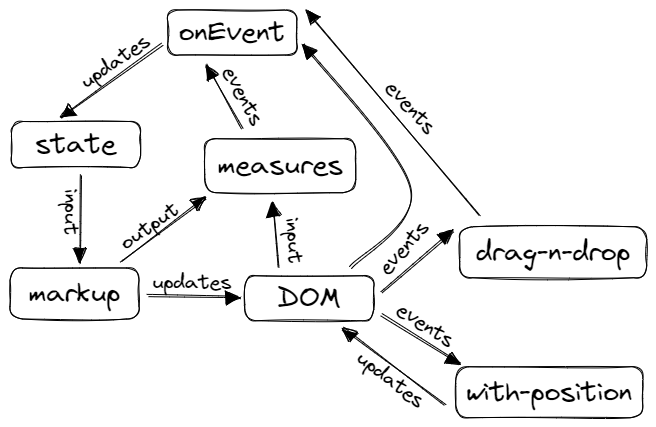
Above: diagram.excalidraw.png in rodinhart/abstractui (Excalidraw), before the change. Source tidied: one line per element, renumbered; positions are measured from the earlier drawing's top-left corner, leaving out a move shared by most shapes.
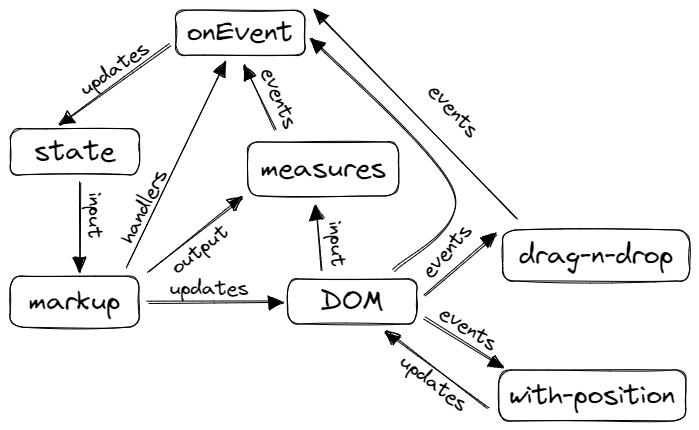
After the change.

Commit message:
Add handlers to diagram

What changed in the source:
```diff
@@ -1,26 +1,26 @@
-{"id": 0, "type": "rectangle", "strokeColor": "#000000", "strokeWidth": 1, "roughness": 1, "round": true, "x": 2, "y": 112, "width": 129, "height": 46}
+{"id": 0, "type": "rectangle", "strokeColor": "#000000", "strokeWidth": 1, "roughness": 1, "round": true, "x": -42, "y": 116, "width": 129, "height": 46}
-{"id": 1, "type": "text", "text": "state", "strokeColor": "#000000", "strokeWidth": 1, "roughness": 1, "fontSize": 28, "fontFamily": 1, "textAlign": "center", "verticalAlign": "middle", "inside": 0, "x": 24, "y": 117, "width": 83, "height": 35}
+{"id": 1, "type": "text", "text": "state", "strokeColor": "#000000", "strokeWidth": 1, "roughness": 1, "fontSize": 28, "fontFamily": 1, "textAlign": "center", "verticalAlign": "middle", "inside": 0, "x": -20, "y": 121, "width": 83, "height": 35}
-{"id": 2, "type": "rectangle", "strokeColor": "#000000", "strokeWidth": 1, "roughness": 1, "round": true, "x": 0, "y": 258, "width": 129, "height": 51}
+{"id": 2, "type": "rectangle", "strokeColor": "#000000", "strokeWidth": 1, "roughness": 1, "round": true, "x": -43, "y": 263, "width": 129, "height": 51}
-{"id": 3, "type": "text", "text": "markup", "strokeColor": "#000000", "strokeWidth": 1, "roughness": 1, "fontSize": 28, "fontFamily": 1, "textAlign": "center", "verticalAlign": "middle", "inside": 2, "x": 18, "y": 266, "width": 94, "height": 35}
+{"id": 3, "type": "text", "text": "markup", "strokeColor": "#000000", "strokeWidth": 1, "roughness": 1, "fontSize": 28, "fontFamily": 1, "textAlign": "center", "verticalAlign": "middle", "inside": 2, "x": -26, "y": 271, "width": 94, "height": 35}
-{"id": 4, "type": "arrow", "strokeColor": "#000000", "strokeWidth": 1, "roughness": 1, "endArrowhead": "triangle", "round": true, "from": 0, "to": 2, "x": 71, "y": 166, "width": 2, "height": 87, "points": [[0, 0], [-2, 87]]}
+{"id": 4, "type": "arrow", "strokeColor": "#000000", "strokeWidth": 1, "roughness": 1, "endArrowhead": "triangle", "round": true, "from": 0, "to": 2, "x": 27, "y": 170, "width": 1, "height": 89, "points": [[0, 0], [-1, 89]]}
 {"id": 5, "type": "rectangle", "strokeColor": "#000000", "strokeWidth": 1, "roughness": 1, "round": true, "x": 235, "y": 266, "width": 129, "height": 45}
 {"id": 6, "type": "text", "text": "DOM", "strokeColor": "#000000", "strokeWidth": 1, "roughness": 1, "fontSize": 28, "fontFamily": 1, "textAlign": "center", "verticalAlign": "middle", "inside": 5, "x": 266, "y": 271, "width": 66, "height": 35}
-{"id": 7, "type": "arrow", "strokeColor": "#000000", "strokeWidth": 1, "roughness": 1, "endArrowhead": "triangle", "round": true, "from": 2, "to": 5, "x": 137, "y": 285, "width": 91, "height": 1, "points": [[0, 0], [91, 1]]}
+{"id": 7, "type": "arrow", "strokeColor": "#000000", "strokeWidth": 1, "roughness": 1, "endArrowhead": "triangle", "round": true, "from": 2, "to": 5, "x": 94, "y": 289, "width": 134, "height": 1, "points": [[0, 0], [134, -1]]}
 {"id": 8, "type": "rectangle", "strokeColor": "#000000", "strokeWidth": 1, "roughness": 1, "round": true, "x": 195, "y": 129, "width": 151, "height": 54}
 {"id": 9, "type": "text", "text": "measures", "strokeColor": "#000000", "strokeWidth": 1, "roughness": 1, "fontSize": 28, "fontFamily": 1, "textAlign": "center", "verticalAlign": "middle", "inside": 8, "x": 207, "y": 138, "width": 127, "height": 35}
-{"id": 10, "type": "arrow", "strokeColor": "#000000", "strokeWidth": 1, "roughness": 1, "endArrowhead": "triangle", "round": true, "from": 2, "to": 8, "x": 111, "y": 252, "width": 85, "height": 63, "points": [[0, 0], [85, -63]]}
+{"id": 10, "type": "arrow", "strokeColor": "#000000", "strokeWidth": 1, "roughness": 1, "endArrowhead": "triangle", "round": true, "from": 2, "to": 8, "x": 95, "y": 259, "width": 95, "height": 73, "points": [[0, 0], [95, -73]]}
 {"id": 11, "type": "rectangle", "strokeColor": "#000000", "strokeWidth": 1, "roughness": 1, "round": true, "x": 446, "y": 357, "width": 187, "height": 51}
 {"id": 12, "type": "text", "text": "with-position", "strokeColor": "#000000", "strokeWidth": 1, "roughness": 1, "fontSize": 28, "fontFamily": 1, "textAlign": "center", "verticalAlign": "middle", "inside": 11, "x": 455, "y": 365, "width": 168, "height": 35}
 {"id": 13, "type": "arrow", "strokeColor": "#000000", "strokeWidth": 1, "roughness": 1, "endArrowhead": "triangle", "round": true, "from": 5, "to": 8, "x": 268, "y": 257, "width": 5, "height": 63, "points": [[0, 0], [-5, -63]]}
-{"id": 14, "type": "rectangle", "strokeColor": "#000000", "strokeWidth": 1, "roughness": 1, "round": true, "x": 158, "y": 0, "width": 129, "height": 45}
+{"id": 14, "type": "rectangle", "strokeColor": "#000000", "strokeWidth": 1, "roughness": 1, "round": true, "x": 123, "y": -3, "width": 129, "height": 45}
-{"id": 15, "type": "text", "text": "onEvent", "strokeColor": "#000000", "strokeWidth": 1, "roughness": 1, "fontSize": 28, "fontFamily": 1, "textAlign": "center", "verticalAlign": "middle", "inside": 14, "x": 168, "y": 5, "width": 108, "height": 35}
+{"id": 15, "type": "text", "text": "onEvent", "strokeColor": "#000000", "strokeWidth": 1, "roughness": 1, "fontSize": 28, "fontFamily": 1, "textAlign": "center", "verticalAlign": "middle", "inside": 14, "x": 133, "y": 2, "width": 108, "height": 35}
-{"id": 16, "type": "arrow", "strokeColor": "#000000", "strokeWidth": 1, "roughness": 1, "endArrowhead": "triangle", "round": true, "from": 14, "to": 0, "x": 153, "y": 34, "width": 100, "height": 73, "points": [[0, 0], [-100, 73]]}
+{"id": 16, "type": "arrow", "strokeColor": "#000000", "strokeWidth": 1, "roughness": 1, "endArrowhead": "triangle", "round": true, "from": 14, "to": 0, "x": 118, "y": 31, "width": 110, "height": 80, "points": [[0, 0], [-110, 80]]}
-{"id": 17, "type": "arrow", "strokeColor": "#000000", "strokeWidth": 1, "roughness": 1, "endArrowhead": "triangle", "round": true, "from": 8, "to": 14, "x": 233, "y": 118, "width": 37, "height": 65, "points": [[0, 0], [-37, -65]]}
+{"id": 17, "type": "arrow", "strokeColor": "#000000", "strokeWidth": 1, "roughness": 1, "endArrowhead": "triangle", "round": true, "from": 8, "to": 14, "x": 223, "y": 116, "width": 32, "height": 66, "points": [[0, 0], [-32, -66]]}
-{"id": 18, "type": "text", "text": "updates", "strokeColor": "#000000", "angle": 5.67, "strokeWidth": 1, "roughness": 1, "fontSize": 20, "fontFamily": 1, "x": 65, "y": 38, "width": 81, "height": 25}
+{"id": 18, "type": "text", "text": "updates", "strokeColor": "#000000", "angle": 5.67, "strokeWidth": 1, "roughness": 1, "fontSize": 20, "fontFamily": 1, "x": 21, "y": 42, "width": 81, "height": 25}
-{"id": 19, "type": "text", "text": "input", "strokeColor": "#000000", "angle": 1.57, "strokeWidth": 1, "roughness": 1, "fontSize": 20, "fontFamily": 1, "x": 36, "y": 191, "width": 48, "height": 25}
+{"id": 19, "type": "text", "text": "input", "strokeColor": "#000000", "angle": 1.57, "strokeWidth": 1, "roughness": 1, "fontSize": 20, "fontFamily": 1, "x": 17, "y": 191, "width": 48, "height": 25}
-{"id": 20, "type": "text", "text": "updates", "strokeColor": "#000000", "strokeWidth": 1, "roughness": 1, "fontSize": 20, "fontFamily": 1, "x": 142, "y": 260, "width": 81, "height": 25}
+{"id": 20, "type": "text", "text": "updates", "strokeColor": "#000000", "strokeWidth": 1, "roughness": 1, "fontSize": 20, "fontFamily": 1, "x": 116, "y": 263, "width": 81, "height": 25}
-{"id": 21, "type": "text", "text": "output", "strokeColor": "#000000", "angle": 5.68, "strokeWidth": 1, "roughness": 1, "fontSize": 20, "fontFamily": 1, "x": 106, "y": 203, "width": 68, "height": 25}
+{"id": 21, "type": "text", "text": "output", "strokeColor": "#000000", "angle": 5.62, "strokeWidth": 1, "roughness": 1, "fontSize": 20, "fontFamily": 1, "x": 113, "y": 223, "width": 68, "height": 25}
-{"id": 22, "type": "text", "text": "events", "strokeColor": "#000000", "angle": 1.07, "strokeWidth": 1, "roughness": 1, "fontSize": 20, "fontFamily": 1, "x": 200, "y": 74, "width": 66, "height": 25}
+{"id": 22, "type": "text", "text": "events", "strokeColor": "#000000", "angle": 1.18, "strokeWidth": 1, "roughness": 1, "fontSize": 20, "fontFamily": 1, "x": 193, "y": 73, "width": 66, "height": 25}
 {"id": 23, "type": "text", "text": "input", "strokeColor": "#000000", "angle": 1.49, "strokeWidth": 1, "roughness": 1, "fontSize": 20, "fontFamily": 1, "x": 259, "y": 219, "width": 48, "height": 25}
 {"id": 24, "type": "text", "text": "events", "strokeColor": "#000000", "angle": 5.44, "strokeWidth": 1, "roughness": 1, "fontSize": 20, "fontFamily": 1, "x": 361, "y": 224, "width": 66, "height": 25}
 {"id": 25, "type": "rectangle", "strokeColor": "#000000", "strokeWidth": 1, "roughness": 1, "round": true, "x": 450, "y": 217, "width": 187, "height": 51}
@@ -30,6 +30,8 @@
 {"id": 29, "type": "arrow", "strokeColor": "#000000", "strokeWidth": 1, "roughness": 1, "endArrowhead": "triangle", "round": true, "from": 11, "to": 5, "x": 435, "y": 394, "width": 102, "height": 77, "points": [[0, 0], [-102, -77]]}
 {"id": 30, "type": "text", "text": "updates", "strokeColor": "#000000", "angle": 0.64, "strokeWidth": 1, "roughness": 1, "fontSize": 20, "fontFamily": 1, "x": 341, "y": 358, "width": 81, "height": 25}
 {"id": 31, "type": "arrow", "strokeColor": "#000000", "strokeWidth": 1, "roughness": 1, "endArrowhead": "triangle", "round": true, "from": 5, "to": 25, "x": 372, "y": 282, "width": 72, "height": 61, "points": [[0, 0], [72, -61]]}
-{"id": 32, "type": "arrow", "strokeColor": "#000000", "strokeWidth": 1, "roughness": 1, "endArrowhead": "triangle", "round": true, "from": 5, "to": 14, "x": 340, "y": 257, "width": 106, "height": 223, "points": [[0, 0], [60, -78], [-46, -223]]}
+{"id": 32, "type": "arrow", "strokeColor": "#000000", "strokeWidth": 1, "roughness": 1, "endArrowhead": "triangle", "round": true, "from": 5, "to": 14, "x": 340, "y": 257, "width": 141, "height": 232, "points": [[0, 0], [60, -78], [-81, -232]]}
-{"id": 33, "type": "arrow", "strokeColor": "#000000", "strokeWidth": 1, "roughness": 1, "endArrowhead": "triangle", "round": true, "from": 25, "to": 14, "x": 470, "y": 205, "width": 174, "height": 204, "points": [[0, 0], [-174, -204]]}
+{"id": 33, "type": "arrow", "strokeColor": "#000000", "strokeWidth": 1, "roughness": 1, "endArrowhead": "triangle", "round": true, "from": 25, "to": 14, "x": 465, "y": 205, "width": 203, "height": 207, "points": [[0, 0], [-203, -207]]}
 {"id": 34, "type": "text", "text": "events", "strokeColor": "#000000", "angle": 0.83, "strokeWidth": 1, "roughness": 1, "fontSize": 20, "fontFamily": 1, "x": 368, "y": 86, "width": 66, "height": 25}
+{"id": 35, "type": "arrow", "strokeColor": "#000000", "strokeWidth": 1, "roughness": 1, "endArrowhead": "triangle", "round": true, "from": 2, "to": 14, "x": 73, "y": 253, "width": 100, "height": 205, "points": [[0, 0], [100, -205]]}
+{"id": 36, "type": "text", "text": "handlers", "strokeColor": "#000000", "angle": 5.18, "strokeWidth": 1, "roughness": 1, "fontSize": 20, "fontFamily": 1, "x": 50, "y": 179, "width": 82, "height": 25}
```
